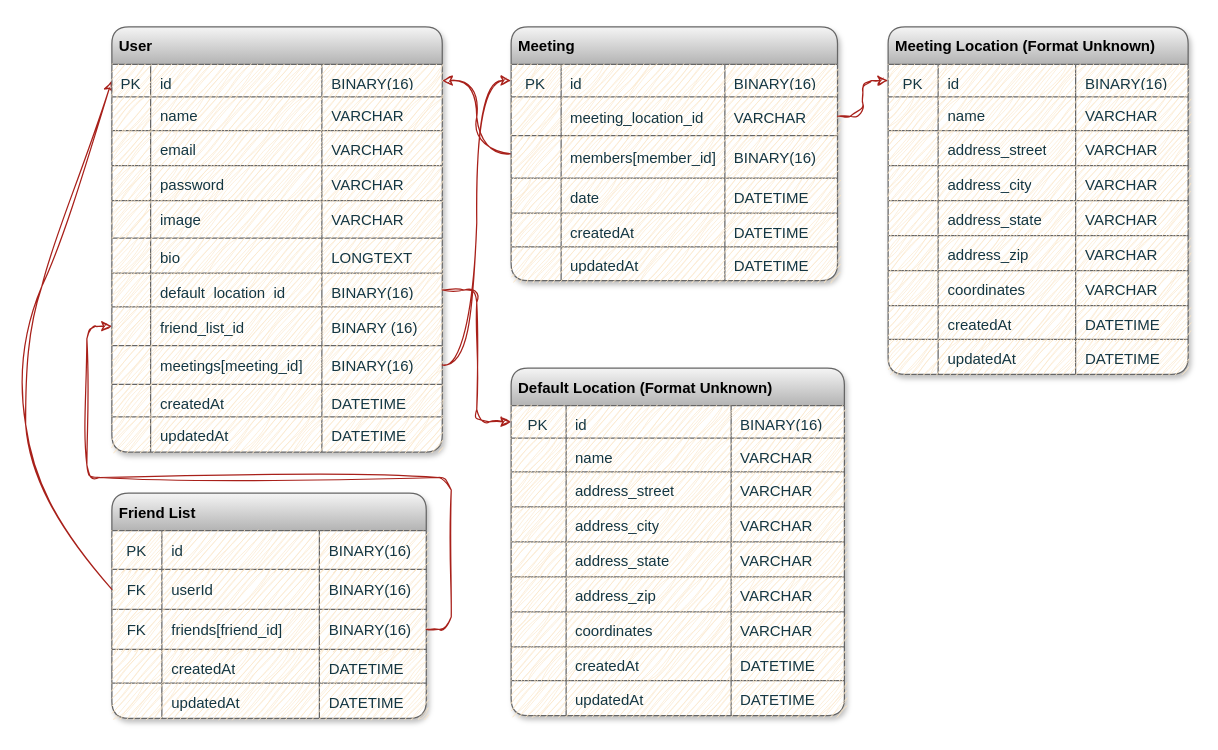
The draw.io diagram application/rotue_info/database.drawio in CSCI150-LAB01/Meet_in_the_Middle, before the edit. Source tidied: cells renumbered, new cells numbered last; positions are measured from the earlier drawing's top-left corner, leaving out a move shared by most shapes. Both pictures are drawn from the tidied source at 125%, with x=0, y=0 at pixel (18, 26).
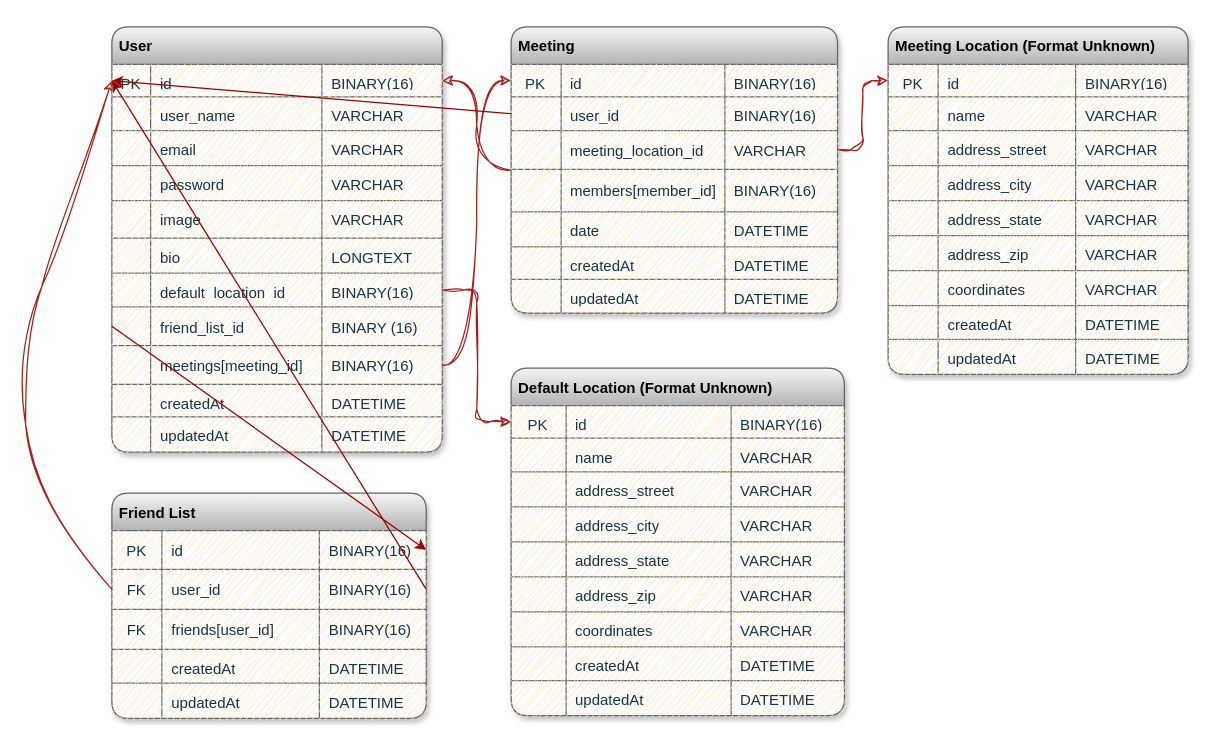
Above is the later version.

The change refers to these unchanged cells:
```xml
<mxCell id="40" style="shape=tableRow;horizontal=0;startSize=0;swimlaneHead=0;swimlaneBody=0;top=0;left=0;bottom=0;right=0;fillColor=#FAE5C7;points=[[0,0.5],[1,0.5]];portConstraint=eastwest;labelBackgroundColor=none;swimlaneLine=0;strokeColor=#0F8B8D;fontColor=#143642;shadow=0;rounded=1;sketch=1;curveFitting=1;jiggle=2;" parent="39" vertex="1">
  <mxGeometry y="30" width="251.5" height="31" as="geometry" />
</mxCell>
<mxCell id="44" style="shape=tableRow;horizontal=0;startSize=0;swimlaneHead=0;swimlaneBody=0;top=0;left=0;bottom=0;right=0;fillColor=#FAE5C7;points=[[0,0.5],[1,0.5]];portConstraint=eastwest;labelBackgroundColor=none;fontColor=#143642;strokeColor=#0F8B8D;shadow=0;rounded=1;sketch=1;curveFitting=1;jiggle=2;" parent="39" vertex="1">
  <mxGeometry y="61" width="251.5" height="32" as="geometry" />
</mxCell>
<mxCell id="48" style="shape=tableRow;horizontal=0;startSize=0;swimlaneHead=0;swimlaneBody=0;top=0;left=0;bottom=0;right=0;fillColor=#FAE5C7;points=[[0,0.5],[1,0.5]];portConstraint=eastwest;labelBackgroundColor=none;fontColor=#143642;strokeColor=#0F8B8D;shadow=0;rounded=1;sketch=1;curveFitting=1;jiggle=2;" parent="39" vertex="1">
  <mxGeometry y="93" width="251.5" height="32" as="geometry" />
</mxCell>
<mxCell id="99" style="shape=tableRow;horizontal=0;startSize=0;swimlaneHead=0;swimlaneBody=0;top=0;left=0;bottom=0;right=0;fillColor=#FAE5C7;points=[[0,0.5],[1,0.5]];portConstraint=eastwest;labelBackgroundColor=none;swimlaneLine=0;strokeColor=#0F8B8D;fontColor=#143642;shadow=0;rounded=1;sketch=1;curveFitting=1;jiggle=2;verticalAlign=middle;" parent="98" vertex="1">
  <mxGeometry y="30" width="264.3" height="26" as="geometry" />
</mxCell>
<mxCell id="103" style="shape=tableRow;horizontal=0;startSize=0;swimlaneHead=0;swimlaneBody=0;top=0;left=0;bottom=0;right=0;fillColor=#FAE5C7;labelBackgroundColor=none;fontColor=#143642;strokeColor=#0F8B8D;shadow=0;rounded=1;sketch=1;curveFitting=1;jiggle=2;verticalAlign=middle;" parent="98" vertex="1">
  <mxGeometry y="56" width="264.3" height="27" as="geometry" />
</mxCell>
<mxCell id="127" style="shape=tableRow;horizontal=0;startSize=0;swimlaneHead=0;swimlaneBody=0;top=0;left=0;bottom=0;right=0;fillColor=#FAE5C7;points=[[0,0.5],[1,0.5]];portConstraint=eastwest;labelBackgroundColor=none;fontColor=#143642;strokeColor=#0F8B8D;shadow=0;rounded=1;sketch=1;curveFitting=1;jiggle=2;verticalAlign=middle;" parent="98" vertex="1">
  <mxGeometry y="224" width="264.3" height="31" as="geometry" />
</mxCell>
```

What changed in the source:
```diff
@@
-    <mxCell id="46" value="userId" style="shape=partialRectangle;html=1;whiteSpace=wrap;fillColor=#FAE5C7;top=0;left=0;bottom=0;right=0;overflow=hidden;labelBackgroundColor=none;strokeColor=#0F8B8D;strokeWidth=0;spacing=0;spacingTop=8;spacingLeft=8;spacingRight=8;spacingBottom=6;align=left;fontColor=#143642;shadow=0;rounded=1;sketch=1;curveFitting=1;jiggle=2;" parent="44" vertex="1">
+    <mxCell id="46" value="user_id" style="shape=partialRectangle;html=1;whiteSpace=wrap;fillColor=#FAE5C7;top=0;left=0;bottom=0;right=0;overflow=hidden;labelBackgroundColor=none;strokeColor=#0F8B8D;strokeWidth=0;spacing=0;spacingTop=8;spacingLeft=8;spacingRight=8;spacingBottom=6;align=left;fontColor=#143642;shadow=0;rounded=1;sketch=1;curveFitting=1;jiggle=2;" parent="44" vertex="1">
       <mxGeometry x="40" width="126" height="32" as="geometry" />
     </mxCell>
@@
-    <mxCell id="50" value="friends[friend_id]" style="shape=partialRectangle;html=1;whiteSpace=wrap;fillColor=#FAE5C7;top=0;left=0;bottom=0;right=0;overflow=hidden;labelBackgroundColor=none;strokeColor=#0F8B8D;strokeWidth=0;spacing=0;spacingTop=8;spacingLeft=8;spacingRight=8;spacingBottom=6;align=left;fontColor=#143642;shadow=0;rounded=1;sketch=1;curveFitting=1;jiggle=2;" parent="48" vertex="1">
+    <mxCell id="50" value="friends[user_id]" style="shape=partialRectangle;html=1;whiteSpace=wrap;fillColor=#FAE5C7;top=0;left=0;bottom=0;right=0;overflow=hidden;labelBackgroundColor=none;strokeColor=#0F8B8D;strokeWidth=0;spacing=0;spacingTop=8;spacingLeft=8;spacingRight=8;spacingBottom=6;align=left;fontColor=#143642;shadow=0;rounded=1;sketch=1;curveFitting=1;jiggle=2;" parent="48" vertex="1">
       <mxGeometry x="40" width="126" height="32" as="geometry" />
     </mxCell>
@@
-    <mxCell id="105" value="name" style="shape=partialRectangle;html=1;whiteSpace=wrap;fillColor=#FAE5C7;top=0;left=0;bottom=0;right=0;overflow=hidden;labelBackgroundColor=none;strokeColor=#0F8B8D;strokeWidth=0;spacing=0;spacingTop=8;spacingLeft=8;spacingRight=8;spacingBottom=6;align=left;fontColor=#143642;shadow=0;rounded=1;sketch=1;curveFitting=1;jiggle=2;verticalAlign=middle;" parent="103" vertex="1">
+    <mxCell id="105" value="user_name" style="shape=partialRectangle;html=1;whiteSpace=wrap;fillColor=#FAE5C7;top=0;left=0;bottom=0;right=0;overflow=hidden;labelBackgroundColor=none;strokeColor=#0F8B8D;strokeWidth=0;spacing=0;spacingTop=8;spacingLeft=8;spacingRight=8;spacingBottom=6;align=left;fontColor=#143642;shadow=0;rounded=1;sketch=1;curveFitting=1;jiggle=2;verticalAlign=middle;" parent="103" vertex="1">
       <mxGeometry x="31" width="137" height="27" as="geometry" />
     </mxCell>
@@
     <mxCell id="145" value="Meeting" style="shape=table;startSize=30;childLayout=tableLayout;fontStyle=1;align=left;labelBackgroundColor=none;spacing=6;swimlaneLine=1;fillColor=#f5f5f5;strokeColor=#666666;shadow=1;rounded=1;swimlaneFillColor=default;fontFamily=Helvetica;fontSize=12;gradientColor=#b3b3b3;fontColor=#000000;" parent="1" vertex="1">
-      <mxGeometry x="394.4" width="261.1" height="203" as="geometry" />
+      <mxGeometry x="394.4" width="261.1" height="228.9" as="geometry" />
     </mxCell>
@@
+    <mxCell id="173" style="shape=tableRow;horizontal=0;startSize=0;swimlaneHead=0;swimlaneBody=0;top=0;left=0;bottom=0;right=0;fillColor=#FAE5C7;points=[[0,0.5],[1,0.5]];portConstraint=eastwest;labelBackgroundColor=none;swimlaneLine=0;strokeColor=#0F8B8D;fontColor=#143642;shadow=0;rounded=1;sketch=1;curveFitting=1;jiggle=2;" parent="145" vertex="1">
+      <mxGeometry y="56" width="261.1" height="27" as="geometry" />
+    </mxCell>
+    <mxCell id="174" style="shape=partialRectangle;html=1;whiteSpace=wrap;fillColor=#FAE5C7;top=0;left=0;bottom=0;right=0;overflow=hidden;labelBackgroundColor=none;strokeColor=#0F8B8D;strokeWidth=0;spacing=0;spacingTop=8;spacingLeft=8;spacingRight=8;spacingBottom=6;fontColor=#143642;shadow=0;rounded=1;sketch=1;curveFitting=1;jiggle=2;" parent="173" vertex="1">
+      <mxGeometry width="40" height="27" as="geometry" />
+    </mxCell>
+    <mxCell id="175" value="user_id" style="shape=partialRectangle;html=1;whiteSpace=wrap;fillColor=#FAE5C7;top=0;left=0;bottom=0;right=0;overflow=hidden;labelBackgroundColor=none;strokeColor=#0F8B8D;strokeWidth=0;align=left;spacing=0;spacingTop=8;spacingLeft=8;spacingRight=8;spacingBottom=6;fontColor=#143642;shadow=0;rounded=1;sketch=1;curveFitting=1;jiggle=2;" parent="173" vertex="1">
+      <mxGeometry x="40" width="131" height="27" as="geometry" />
+    </mxCell>
+    <mxCell id="176" value="BINARY(16)" style="shape=partialRectangle;html=1;whiteSpace=wrap;fillColor=#FAE5C7;top=0;left=0;bottom=0;right=0;overflow=hidden;labelBackgroundColor=none;strokeColor=#0F8B8D;strokeWidth=0;align=left;spacing=0;spacingTop=8;spacingLeft=8;spacingRight=8;spacingBottom=6;fontColor=#143642;shadow=0;rounded=1;sketch=1;curveFitting=1;jiggle=2;" parent="173" vertex="1">
+      <mxGeometry x="171" width="90" height="27" as="geometry" />
+    </mxCell>
     <mxCell id="150" style="shape=tableRow;horizontal=0;startSize=0;swimlaneHead=0;swimlaneBody=0;top=0;left=0;bottom=0;right=0;fillColor=#FAE5C7;points=[[0,0.5],[1,0.5]];portConstraint=eastwest;labelBackgroundColor=none;fontColor=#143642;strokeColor=#0F8B8D;shadow=0;rounded=1;sketch=1;curveFitting=1;jiggle=2;" parent="145" vertex="1">
-      <mxGeometry y="56" width="261.1" height="31" as="geometry" />
+      <mxGeometry y="83" width="261.1" height="31" as="geometry" />
     </mxCell>
@@
     <mxCell id="154" style="shape=tableRow;horizontal=0;startSize=0;swimlaneHead=0;swimlaneBody=0;top=0;left=0;bottom=0;right=0;fillColor=#FAE5C7;labelBackgroundColor=none;fontColor=#143642;strokeColor=#0F8B8D;shadow=0;rounded=1;sketch=1;curveFitting=1;jiggle=2;" parent="145" vertex="1">
-      <mxGeometry y="87" width="261.1" height="34" as="geometry" />
+      <mxGeometry y="114" width="261.1" height="34" as="geometry" />
     </mxCell>
@@
     <mxCell id="158" style="shape=tableRow;horizontal=0;startSize=0;swimlaneHead=0;swimlaneBody=0;top=0;left=0;bottom=0;right=0;fillColor=#FAE5C7;labelBackgroundColor=none;fontColor=#143642;strokeColor=#0F8B8D;shadow=0;rounded=1;sketch=1;curveFitting=1;jiggle=2;" parent="145" vertex="1">
-      <mxGeometry y="121" width="261.1" height="28" as="geometry" />
+      <mxGeometry y="148" width="261.1" height="28" as="geometry" />
     </mxCell>
@@
     <mxCell id="162" style="shape=tableRow;horizontal=0;startSize=0;swimlaneHead=0;swimlaneBody=0;top=0;left=0;bottom=0;right=0;fillColor=#FAE5C7;labelBackgroundColor=none;fontColor=#143642;strokeColor=#0F8B8D;shadow=0;rounded=1;sketch=1;curveFitting=1;jiggle=2;" parent="145" vertex="1">
-      <mxGeometry y="149" width="261.1" height="27" as="geometry" />
+      <mxGeometry y="176" width="261.1" height="26" as="geometry" />
     </mxCell>
     <mxCell id="163" style="shape=partialRectangle;html=1;whiteSpace=wrap;fillColor=#FAE5C7;top=0;left=0;bottom=0;right=0;overflow=hidden;labelBackgroundColor=none;strokeColor=#0F8B8D;strokeWidth=0;spacing=0;spacingTop=8;spacingLeft=8;spacingRight=8;spacingBottom=6;fontColor=#143642;shadow=0;rounded=1;sketch=1;curveFitting=1;jiggle=2;" parent="162" vertex="1">
-      <mxGeometry width="40" height="27" as="geometry" />
+      <mxGeometry width="40" height="26" as="geometry" />
     </mxCell>
     <mxCell id="164" value="createdAt" style="shape=partialRectangle;html=1;whiteSpace=wrap;fillColor=#FAE5C7;top=0;left=0;bottom=0;right=0;overflow=hidden;labelBackgroundColor=none;strokeColor=#0F8B8D;strokeWidth=0;spacing=0;spacingTop=8;spacingLeft=8;spacingRight=8;spacingBottom=6;align=left;fontColor=#143642;shadow=0;rounded=1;sketch=1;curveFitting=1;jiggle=2;" parent="162" vertex="1">
-      <mxGeometry x="40" width="131" height="27" as="geometry" />
+      <mxGeometry x="40" width="131" height="26" as="geometry" />
     </mxCell>
     <mxCell id="165" value="DATETIME" style="shape=partialRectangle;html=1;whiteSpace=wrap;fillColor=#FAE5C7;top=0;left=0;bottom=0;right=0;overflow=hidden;labelBackgroundColor=none;strokeColor=#0F8B8D;strokeWidth=0;spacing=0;spacingTop=8;spacingLeft=8;spacingRight=8;spacingBottom=6;align=left;fontColor=#143642;shadow=0;rounded=1;sketch=1;curveFitting=1;jiggle=2;" parent="162" vertex="1">
-      <mxGeometry x="171" width="90" height="27" as="geometry" />
+      <mxGeometry x="171" width="90" height="26" as="geometry" />
     </mxCell>
     <mxCell id="166" style="shape=tableRow;horizontal=0;startSize=0;swimlaneHead=0;swimlaneBody=0;top=0;left=0;bottom=0;right=0;fillColor=#FAE5C7;labelBackgroundColor=none;fontColor=#143642;strokeColor=#0F8B8D;shadow=0;rounded=1;sketch=1;curveFitting=1;jiggle=2;" parent="145" vertex="1">
-      <mxGeometry y="176" width="261.1" height="27" as="geometry" />
+      <mxGeometry y="202" width="261.1" height="27" as="geometry" />
     </mxCell>
@@
-    <mxCell id="170" style="edgeStyle=orthogonalEdgeStyle;rounded=1;sketch=1;hachureGap=4;jiggle=2;curveFitting=1;jettySize=auto;html=1;strokeColor=#A8201A;fontFamily=Architects Daughter;fontSize=16;fontColor=default;fillColor=#FAE5C7;labelBackgroundColor=none;" parent="1" edge="1" source="48" target="127">
-      <mxGeometry relative="1" as="geometry" />
-    </mxCell>
@@
+    <mxCell id="177" style="edgeStyle=none;html=1;exitX=0;exitY=0.5;exitDx=0;exitDy=0;entryX=1;entryY=0.5;entryDx=0;entryDy=0;strokeColor=#990000;" parent="1" edge="1" source="127" target="40">
+      <mxGeometry relative="1" as="geometry" />
+    </mxCell>
+    <mxCell id="178" style="edgeStyle=none;html=1;exitX=1;exitY=0.5;exitDx=0;exitDy=0;entryX=0;entryY=0.5;entryDx=0;entryDy=0;strokeColor=#990000;" parent="1" edge="1" source="44" target="99">
+      <mxGeometry relative="1" as="geometry" />
+    </mxCell>
+    <mxCell id="179" style="edgeStyle=none;html=1;exitX=0;exitY=0.5;exitDx=0;exitDy=0;entryX=0;entryY=0.5;entryDx=0;entryDy=0;strokeColor=#990000;" parent="1" edge="1" source="173" target="99">
+      <mxGeometry relative="1" as="geometry" />
+    </mxCell>
```
